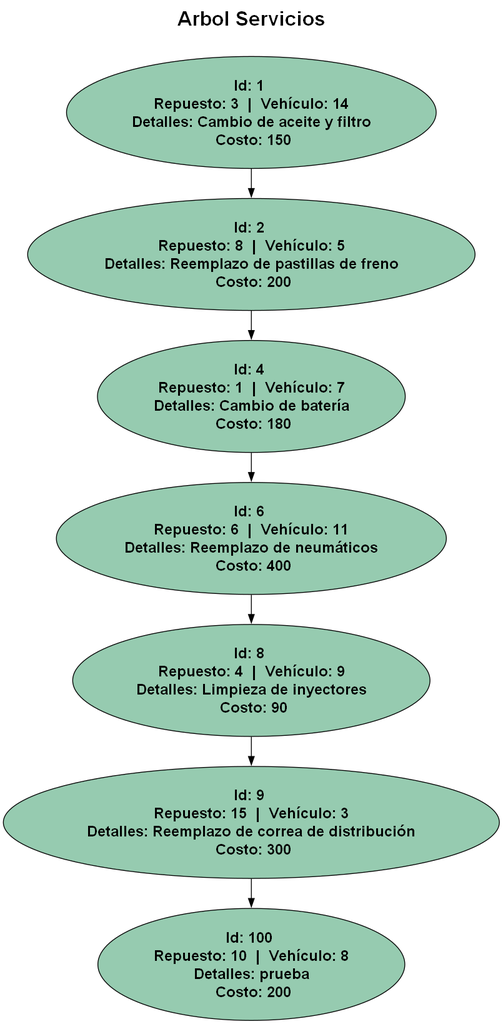
This is Fase3/Reportes/servicios.png from Saloj17/-EDD-1S2025_201900081, a Graphviz export, as it was before one commit. Its source is kept beside it as Fase3/Reportes/servicios.dot.
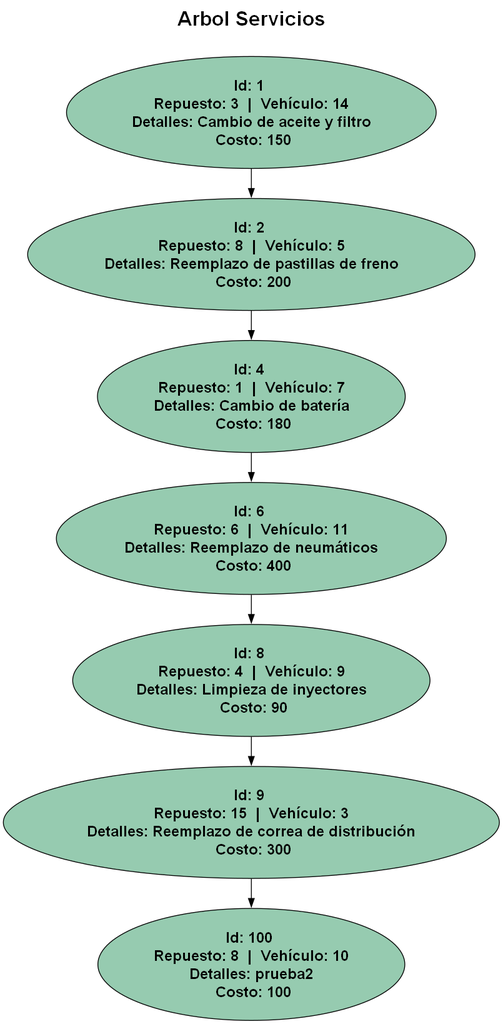
The same file after the commit.

What changed in the source:
```diff
@@ -18,5 +18,5 @@
   8 -> 9;
  9 [label="Id: 9 \n Repuesto: 15  |  Vehículo: 3 \n Detalles: Reemplazo de correa de distribución \n Costo: 300" style="filled" fillcolor="#96cbb0" fontname="Helvetica-Bold" fontsize = 18 ];
   9 -> 100;
- 100 [label="Id: 100 \n Repuesto: 10  |  Vehículo: 8 \n Detalles: prueba \n Costo: 200" style="filled" fillcolor="#96cbb0" fontname="Helvetica-Bold" fontsize = 18 ];
+ 100 [label="Id: 100 \n Repuesto: 8  |  Vehículo: 10 \n Detalles: prueba2 \n Costo: 100" style="filled" fillcolor="#96cbb0" fontname="Helvetica-Bold" fontsize = 18 ];
 }
```
